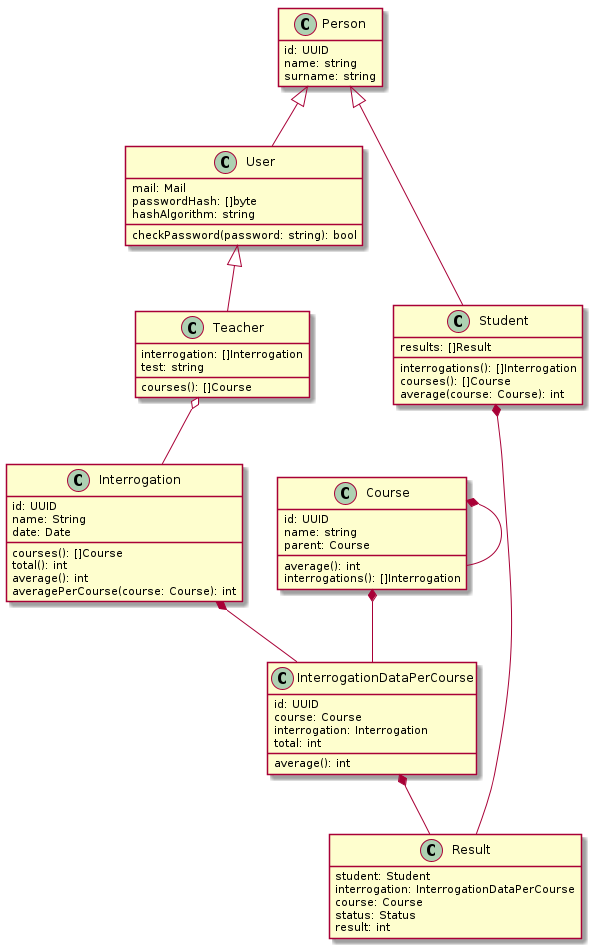
Above: analysis/model.png in normegil/toth (PlantUML), before the change. The source it was exported from:
```plantuml
@startuml
hide empty methods

class Person {
    id: UUID
    name: string
    surname: string
}

class User {
    mail: Mail
    passwordHash: []byte
    hashAlgorithm: string
    checkPassword(password: string): bool
}

class Teacher {
    interrogation: []Interrogation
    courses(): []Course
    test: string
}

class Student {
    results: []Result
    interrogations(): []Interrogation
    courses(): []Course
    average(course: Course): int
}

class Course {
    id: UUID
    name: string
    parent: Course
    average(): int
    interrogations(): []Interrogation
}

class Interrogation {
    id: UUID
    name: String
    date: Date
    courses(): []Course
    total(): int
    average(): int
    averagePerCourse(course: Course): int
}

class InterrogationDataPerCourse {
    id: UUID
    course: Course
    interrogation: Interrogation
    total: int
    average(): int
}

class Result {
    student: Student
    interrogation: InterrogationDataPerCourse
    course: Course
    status: Status
    result: int
}

Student *-- Result
Interrogation *-- InterrogationDataPerCourse
Course *-- Course
Course *-- InterrogationDataPerCourse
InterrogationDataPerCourse *-- Result

Person <|-- User
Person <|-- Student
User <|-- Teacher
Teacher o-- Interrogation

@enduml
```
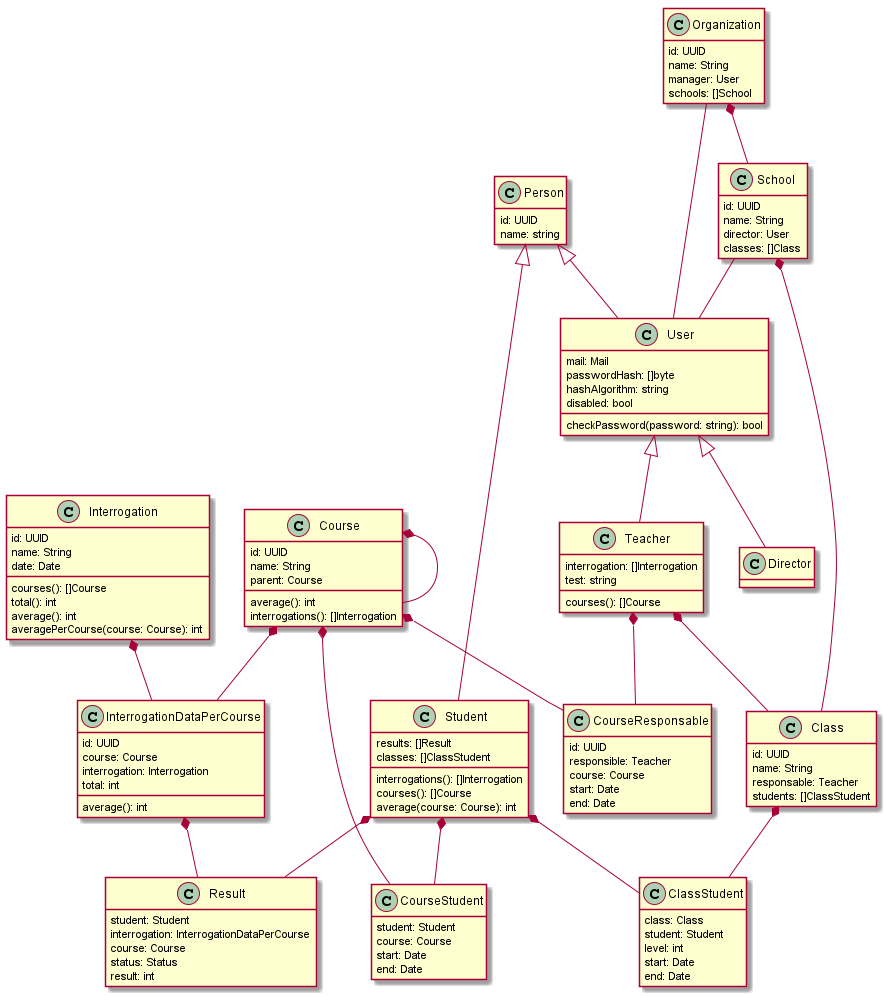
After the commit.

Commit message:
Complementing analysis

Diff of the diagram source:
```diff
@@ -4,13 +4,13 @@
 class Person {
     id: UUID
     name: string
-    surname: string
 }
 
 class User {
     mail: Mail
     passwordHash: []byte
     hashAlgorithm: string
+    disabled: bool
     checkPassword(password: string): bool
 }
 
@@ -23,16 +23,32 @@
 class Student {
     results: []Result
     interrogations(): []Interrogation
+    classes: []ClassStudent
     courses(): []Course
     average(course: Course): int
 }
 
 class Course {
     id: UUID
-    name: string
+    name: String
     parent: Course
     average(): int
     interrogations(): []Interrogation
+}
+
+class CourseResponsable {
+    id: UUID
+    responsible: Teacher
+    course: Course
+    start: Date
+    end: Date
+}
+
+class CourseStudent {
+    student: Student
+    course: Course
+    start: Date
+    end: Date
 }
 
 class Interrogation {
@@ -61,15 +77,56 @@
     result: int
 }
 
+class Class {
+    id: UUID
+    name: String
+    responsable: Teacher
+    students: []ClassStudent
+}
+
+class ClassStudent {
+    class: Class
+    student: Student
+    level: int
+    start: Date
+    end: Date
+}
+
+class School {
+    id: UUID
+    name: String
+    director: User
+    classes: []Class
+}
+
+class Organization {
+    id: UUID
+    name: String
+    manager: User
+    schools: []School
+}
+
 Student *-- Result
 Interrogation *-- InterrogationDataPerCourse
 Course *-- Course
 Course *-- InterrogationDataPerCourse
 InterrogationDataPerCourse *-- Result
+Course *-- CourseStudent
+Student *-- CourseStudent
+Class *-- ClassStudent
+Student *-- ClassStudent
+Teacher *-- Class
+Course *-- CourseResponsable
+Teacher *-- CourseResponsable
+
+School *-- Class
+Organization *-- School
+School -- User
+Organization -- User
 
 Person <|-- User
 Person <|-- Student
 User <|-- Teacher
-Teacher o-- Interrogation
+User <|-- Director
 
 @enduml
```
